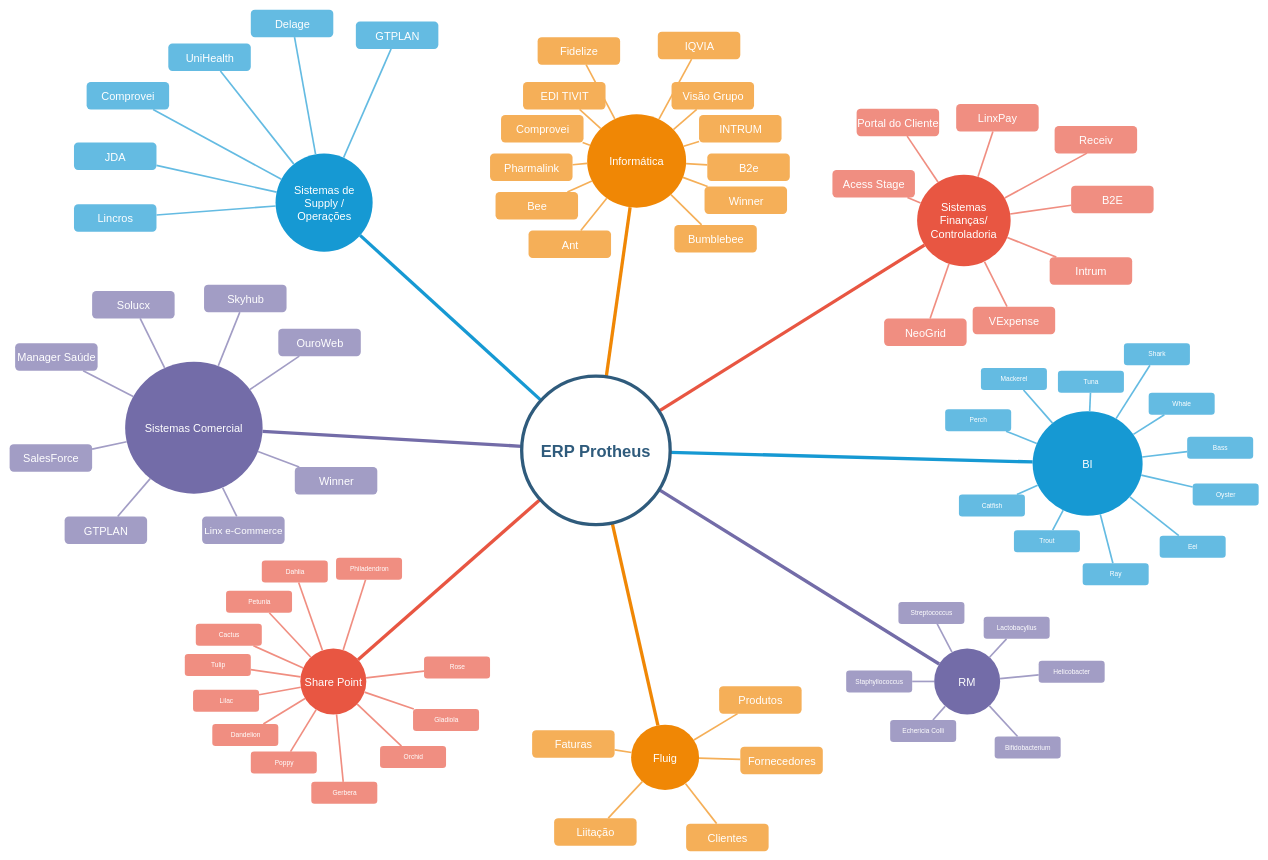
This is Untitled Diagram.drawio from diegoNascimentoElfa/MeusTrabalhos, a draw.io file, before an edit. Source tidied: cells renumbered, new cells numbered last; positions are measured from the earlier drawing's top-left corner, leaving out a move shared by most shapes. Both pictures are drawn from the tidied source at 55%, with x=0, y=0 at pixel (9, 9).
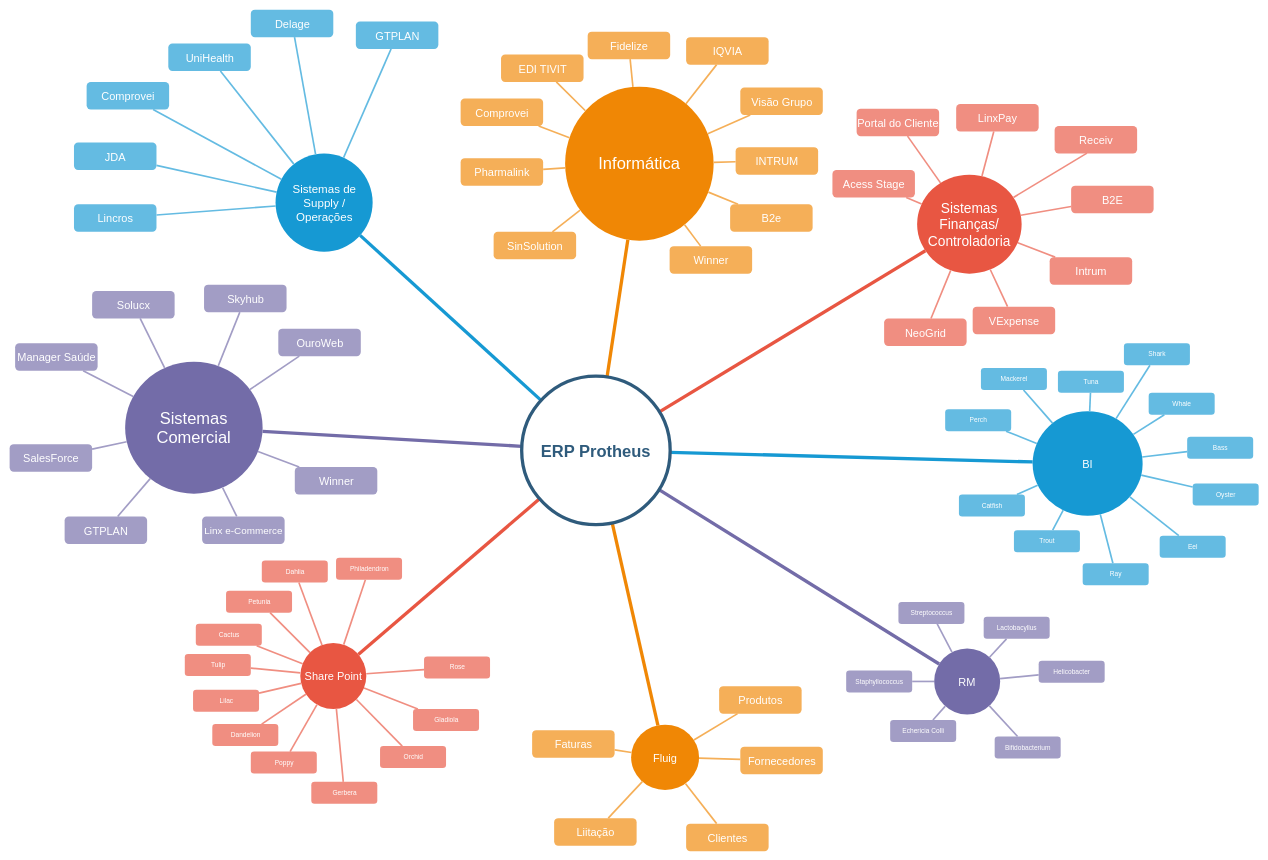
Above is the later version.

Diff of the diagram source:
```diff
@@
-    <mxCell id="2" value="Sistemas de Supply / Operações" style="ellipse;whiteSpace=wrap;html=1;shadow=0;fontFamily=Helvetica;fontSize=20;fontColor=#FFFFFF;align=center;strokeWidth=3;fillColor=#1699D3;strokeColor=none;" parent="1" vertex="1">
+    <mxCell id="2" value="Sistemas de Supply / Operações" style="ellipse;whiteSpace=wrap;html=1;shadow=0;fontFamily=Helvetica;fontSize=21;fontColor=#FFFFFF;align=center;strokeWidth=3;fillColor=#1699D3;strokeColor=none;" parent="1" vertex="1">
       <mxGeometry x="483.5" y="261.5" width="176.5" height="178.5" as="geometry" />
     </mxCell>
-    <mxCell id="3" value="Informática" style="ellipse;whiteSpace=wrap;html=1;shadow=0;fontFamily=Helvetica;fontSize=20;fontColor=#FFFFFF;align=center;strokeWidth=3;fillColor=#F08705;strokeColor=none;gradientColor=none;" parent="1" vertex="1">
-      <mxGeometry x="1050" y="190" width="180" height="170" as="geometry" />
+    <mxCell id="3" value="Informática" style="ellipse;whiteSpace=wrap;html=1;shadow=0;fontFamily=Helvetica;fontSize=30;fontColor=#FFFFFF;align=center;strokeWidth=3;fillColor=#F08705;strokeColor=none;gradientColor=none;" parent="1" vertex="1">
+      <mxGeometry x="1010" y="140" width="270" height="280" as="geometry" />
     </mxCell>
-    <mxCell id="4" value="Sistemas Finanças/ Controladoria" style="ellipse;whiteSpace=wrap;html=1;shadow=0;fontFamily=Helvetica;fontSize=20;fontColor=#FFFFFF;align=center;strokeWidth=3;fillColor=#E85642;strokeColor=none;" parent="1" vertex="1">
-      <mxGeometry x="1650" y="300" width="170" height="166.5" as="geometry" />
+    <mxCell id="4" value="Sistemas Finanças/ Controladoria" style="ellipse;whiteSpace=wrap;html=1;shadow=0;fontFamily=Helvetica;fontSize=25;fontColor=#FFFFFF;align=center;strokeWidth=3;fillColor=#E85642;strokeColor=none;" parent="1" vertex="1">
+      <mxGeometry x="1650" y="300" width="190" height="180" as="geometry" />
     </mxCell>
@@
     <mxCell id="8" value="Share Point" style="ellipse;whiteSpace=wrap;html=1;shadow=0;fontFamily=Helvetica;fontSize=20;fontColor=#FFFFFF;align=center;strokeWidth=3;fillColor=#E85642;strokeColor=none;" parent="1" vertex="1">
-      <mxGeometry x="528.5" y="1161.5" width="120" height="120" as="geometry" />
+      <mxGeometry x="528.5" y="1151.5" width="120" height="120" as="geometry" />
     </mxCell>
-    <mxCell id="9" value="Ant" style="rounded=1;fillColor=#f5af58;strokeColor=none;strokeWidth=3;shadow=0;html=1;fontColor=#FFFFFF;fontSize=20;" parent="1" vertex="1">
-      <mxGeometry x="943.5" y="401.5" width="150" height="50" as="geometry" />
-    </mxCell>
@@
-    <mxCell id="24" value="Bee" style="rounded=1;fillColor=#f5af58;strokeColor=none;strokeWidth=3;shadow=0;html=1;fontColor=#FFFFFF;fontSize=20;" parent="1" vertex="1">
-      <mxGeometry x="883.5" y="331.5" width="150" height="50" as="geometry" />
+    <mxCell id="24" value="SinSolution" style="rounded=1;fillColor=#f5af58;strokeColor=none;strokeWidth=3;shadow=0;html=1;fontColor=#FFFFFF;fontSize=20;" parent="1" vertex="1">
+      <mxGeometry x="880" y="404" width="150" height="50" as="geometry" />
     </mxCell>
     <mxCell id="25" value="Pharmalink" style="rounded=1;fillColor=#f5af58;strokeColor=none;strokeWidth=3;shadow=0;html=1;fontColor=#FFFFFF;fontSize=20;" parent="1" vertex="1">
-      <mxGeometry x="873.5" y="261.5" width="150" height="50" as="geometry" />
+      <mxGeometry x="820" y="270" width="150" height="50" as="geometry" />
     </mxCell>
     <mxCell id="26" value="Comprovei" style="rounded=1;fillColor=#f5af58;strokeColor=none;strokeWidth=3;shadow=0;html=1;fontColor=#FFFFFF;fontSize=20;" parent="1" vertex="1">
-      <mxGeometry x="893.5" y="191.5" width="150" height="50" as="geometry" />
+      <mxGeometry x="820" y="161.5" width="150" height="50" as="geometry" />
     </mxCell>
     <mxCell id="27" value="EDI TIVIT" style="rounded=1;fillColor=#f5af58;strokeColor=none;strokeWidth=3;shadow=0;html=1;fontColor=#FFFFFF;fontSize=20;" parent="1" vertex="1">
-      <mxGeometry x="933.5" y="131.5" width="150" height="50" as="geometry" />
+      <mxGeometry x="893.5" y="81.5" width="150" height="50" as="geometry" />
     </mxCell>
     <mxCell id="28" value="Fidelize" style="rounded=1;fillColor=#f5af58;strokeColor=none;strokeWidth=3;shadow=0;html=1;fontColor=#FFFFFF;fontSize=20;" parent="1" vertex="1">
-      <mxGeometry x="960" y="50" width="150" height="50" as="geometry" />
+      <mxGeometry x="1051" y="40" width="150" height="50" as="geometry" />
     </mxCell>
     <mxCell id="29" value="IQVIA" style="rounded=1;fillColor=#f5af58;strokeColor=none;strokeWidth=3;shadow=0;html=1;fontColor=#FFFFFF;fontSize=20;" parent="1" vertex="1">
-      <mxGeometry x="1178.5" y="40" width="150" height="50" as="geometry" />
+      <mxGeometry x="1230" y="50" width="150" height="50" as="geometry" />
     </mxCell>
     <mxCell id="30" value="Visão Grupo" style="rounded=1;fillColor=#f5af58;strokeColor=none;strokeWidth=3;shadow=0;html=1;fontColor=#FFFFFF;fontSize=20;" parent="1" vertex="1">
-      <mxGeometry x="1203.5" y="131.5" width="150" height="50" as="geometry" />
+      <mxGeometry x="1328.5" y="141.5" width="150" height="50" as="geometry" />
     </mxCell>
     <mxCell id="31" value="INTRUM" style="rounded=1;fillColor=#f5af58;strokeColor=none;strokeWidth=3;shadow=0;html=1;fontColor=#FFFFFF;fontSize=20;" parent="1" vertex="1">
-      <mxGeometry x="1253.5" y="191.5" width="150" height="50" as="geometry" />
+      <mxGeometry x="1320" y="250" width="150" height="50" as="geometry" />
     </mxCell>
     <mxCell id="32" value="B2e" style="rounded=1;fillColor=#f5af58;strokeColor=none;strokeWidth=3;shadow=0;html=1;fontColor=#FFFFFF;fontSize=20;" parent="1" vertex="1">
-      <mxGeometry x="1268.5" y="261.5" width="150" height="50" as="geometry" />
+      <mxGeometry x="1310" y="354" width="150" height="50" as="geometry" />
     </mxCell>
     <mxCell id="33" value="Winner" style="rounded=1;fillColor=#f5af58;strokeColor=none;strokeWidth=3;shadow=0;html=1;fontColor=#FFFFFF;fontSize=20;" parent="1" vertex="1">
-      <mxGeometry x="1263.5" y="321.5" width="150" height="50" as="geometry" />
+      <mxGeometry x="1200" y="430" width="150" height="50" as="geometry" />
     </mxCell>
-    <mxCell id="34" value="Bumblebee" style="rounded=1;fillColor=#f5af58;strokeColor=none;strokeWidth=3;shadow=0;html=1;fontColor=#FFFFFF;fontSize=20;" parent="1" vertex="1">
-      <mxGeometry x="1208.5" y="391.5" width="150" height="50" as="geometry" />
-    </mxCell>
-    <mxCell id="35" style="edgeStyle=none;endArrow=none;strokeWidth=3;strokeColor=#F5AF58;html=1;" parent="1" edge="1" source="3" target="9">
-      <mxGeometry x="3.5" y="21.5" as="geometry" />
-    </mxCell>
@@
-    <mxCell id="46" style="edgeStyle=none;endArrow=none;strokeWidth=3;strokeColor=#F5AF58;html=1;" parent="1" edge="1" source="3" target="34">
-      <mxGeometry x="3.5" y="21.5" as="geometry" />
-    </mxCell>
@@
-    <mxCell id="124" value="Sistemas Comercial" style="ellipse;whiteSpace=wrap;html=1;shadow=0;fontFamily=Helvetica;fontSize=20;fontColor=#FFFFFF;align=center;strokeWidth=3;fillColor=#736ca8;strokeColor=none;" parent="1" vertex="1">
+    <mxCell id="124" value="Sistemas Comercial" style="ellipse;whiteSpace=wrap;html=1;shadow=0;fontFamily=Helvetica;fontSize=30;fontColor=#FFFFFF;align=center;strokeWidth=3;fillColor=#736ca8;strokeColor=none;" parent="1" vertex="1">
       <mxGeometry x="210" y="640" width="250" height="240" as="geometry" />
     </mxCell>
```
